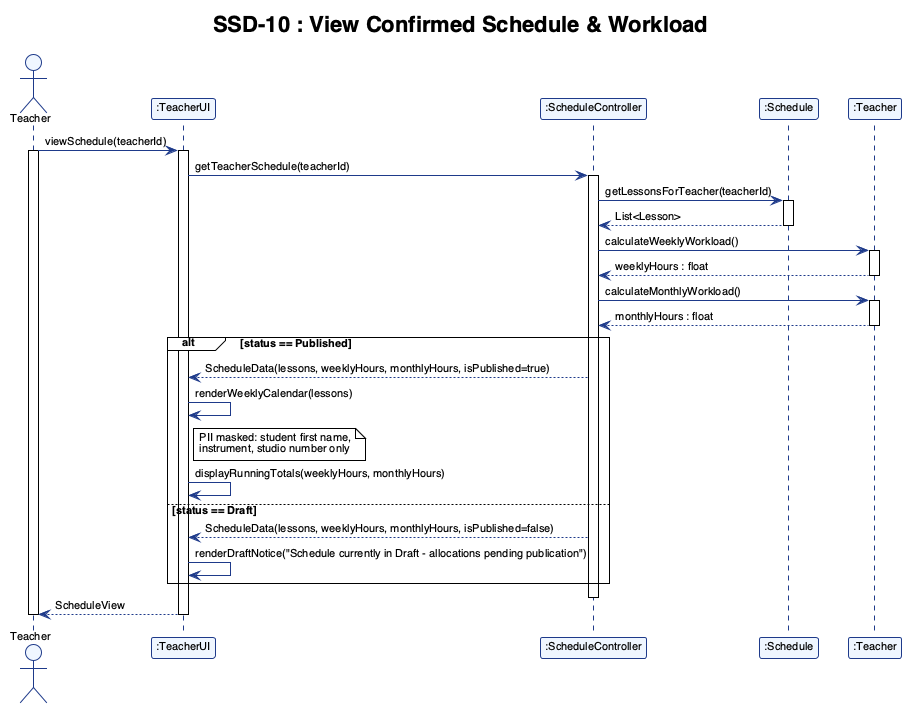
Before: report/assets/ssd_10.png, a diagram exported from PlantUML (adoreblvnk/2001temp).
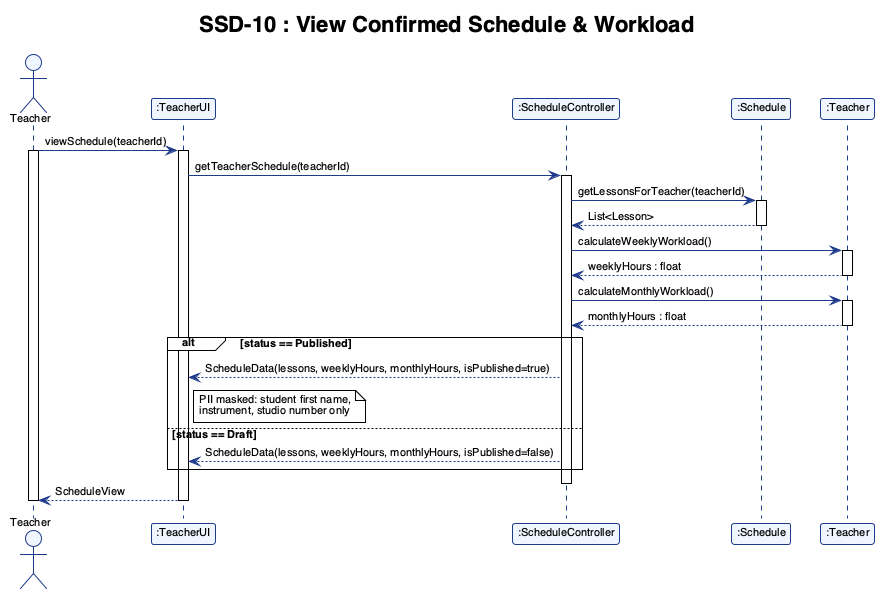
Above is the later version.

Diff of the diagram source:
```diff
@@ -45,15 +45,12 @@
 
 alt status == Published
     ScheduleController --> TeacherUI : ScheduleData(lessons, weeklyHours, monthlyHours, isPublished=true)
-    TeacherUI -> TeacherUI : renderWeeklyCalendar(lessons)
     note right of TeacherUI
       PII masked: student first name,
       instrument, studio number only
     end note
-    TeacherUI -> TeacherUI : displayRunningTotals(weeklyHours, monthlyHours)
 else status == Draft
     ScheduleController --> TeacherUI : ScheduleData(lessons, weeklyHours, monthlyHours, isPublished=false)
-    TeacherUI -> TeacherUI : renderDraftNotice("Schedule currently in Draft - allocations pending publication")
 end
 
 deactivate ScheduleController
```
